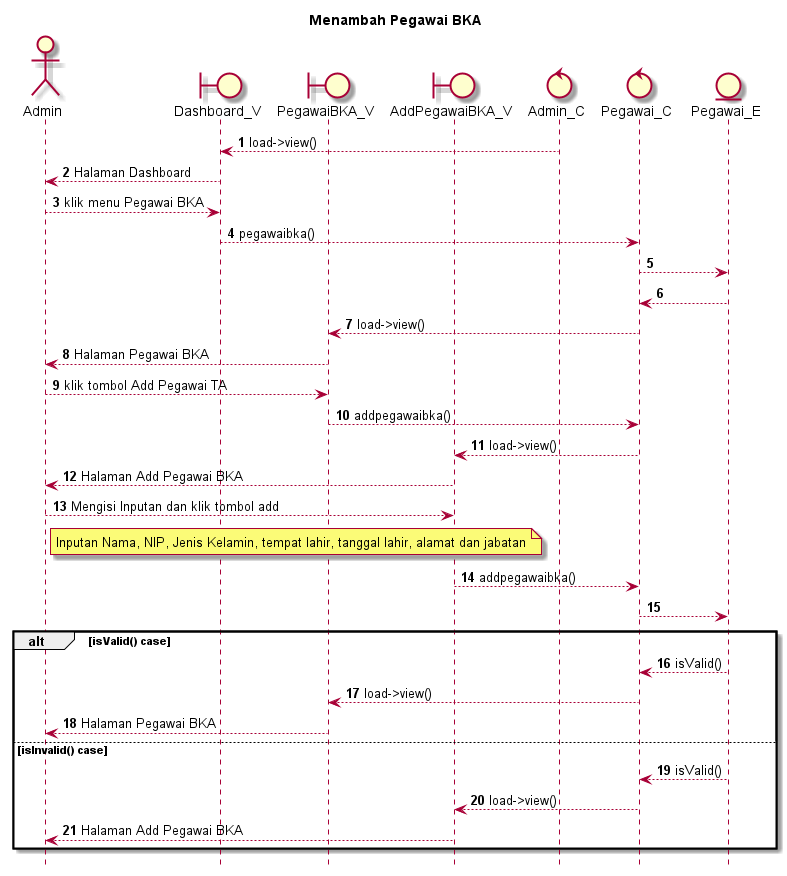
Earlier version of the PlantUML export SELAIN SISTEM/UML/SEQUENCE/out/admin/AA-SUDAH/AddPegawaiBKA/Menambah Pegawai BKA.png (kurniado729/sistem_kp). Source of this version:
```plantuml
@startuml

autonumber
hide footbox
title Menambah Pegawai BKA

Actor Admin
boundary Dashboard_V
boundary PegawaiBKA_V
boundary AddPegawaiBKA_V
control Admin_C
control Pegawai_C
Entity Pegawai_E

Admin_C --> Dashboard_V: load->view()
Dashboard_V --> Admin: Halaman Dashboard
Admin --> Dashboard_V: klik menu Pegawai BKA
Dashboard_V --> Pegawai_C: pegawaibka()
Pegawai_C --> Pegawai_E:

    Pegawai_E --> Pegawai_C:
    Pegawai_C --> PegawaiBKA_V: load->view()
    PegawaiBKA_V --> Admin: Halaman Pegawai BKA

Admin --> PegawaiBKA_V: klik tombol Add Pegawai TA
PegawaiBKA_V --> Pegawai_C: addpegawaibka()
Pegawai_C --> AddPegawaiBKA_V: load->view()
AddPegawaiBKA_V --> Admin: Halaman Add Pegawai BKA

Admin --> AddPegawaiBKA_V: Mengisi Inputan dan klik tombol add
    note right of Admin
        Inputan Nama, NIP, Jenis Kelamin, tempat lahir, tanggal lahir, alamat dan jabatan
            end note
AddPegawaiBKA_V --> Pegawai_C: addpegawaibka()
Pegawai_C --> Pegawai_E:

alt isValid() case

    Pegawai_E --> Pegawai_C: isValid()
    Pegawai_C --> PegawaiBKA_V: load->view()
    PegawaiBKA_V --> Admin: Halaman Pegawai BKA

else isInvalid() case

    Pegawai_E --> Pegawai_C: isValid()
    Pegawai_C --> AddPegawaiBKA_V: load->view()
    AddPegawaiBKA_V --> Admin: Halaman Add Pegawai BKA

end
@enduml
```
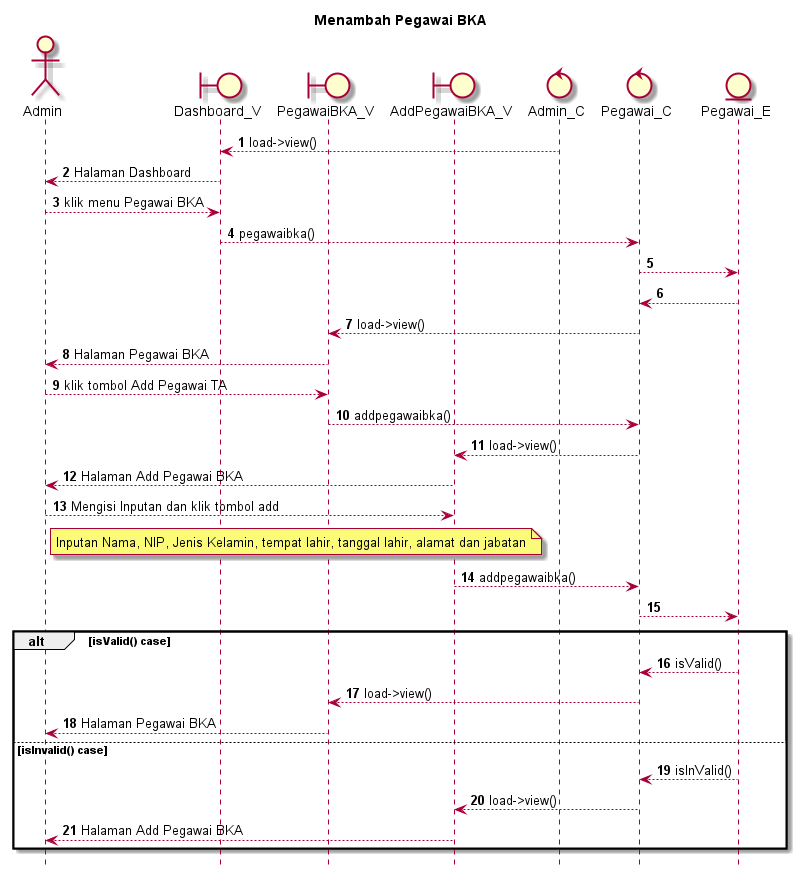
Later version of the same file.

The edit, as a diff of the source:
```diff
@@ -42,7 +42,7 @@
 
 else isInvalid() case
 
-    Pegawai_E --> Pegawai_C: isValid()
+    Pegawai_E --> Pegawai_C: isInValid()
     Pegawai_C --> AddPegawaiBKA_V: load->view()
     AddPegawaiBKA_V --> Admin: Halaman Add Pegawai BKA
 
```
